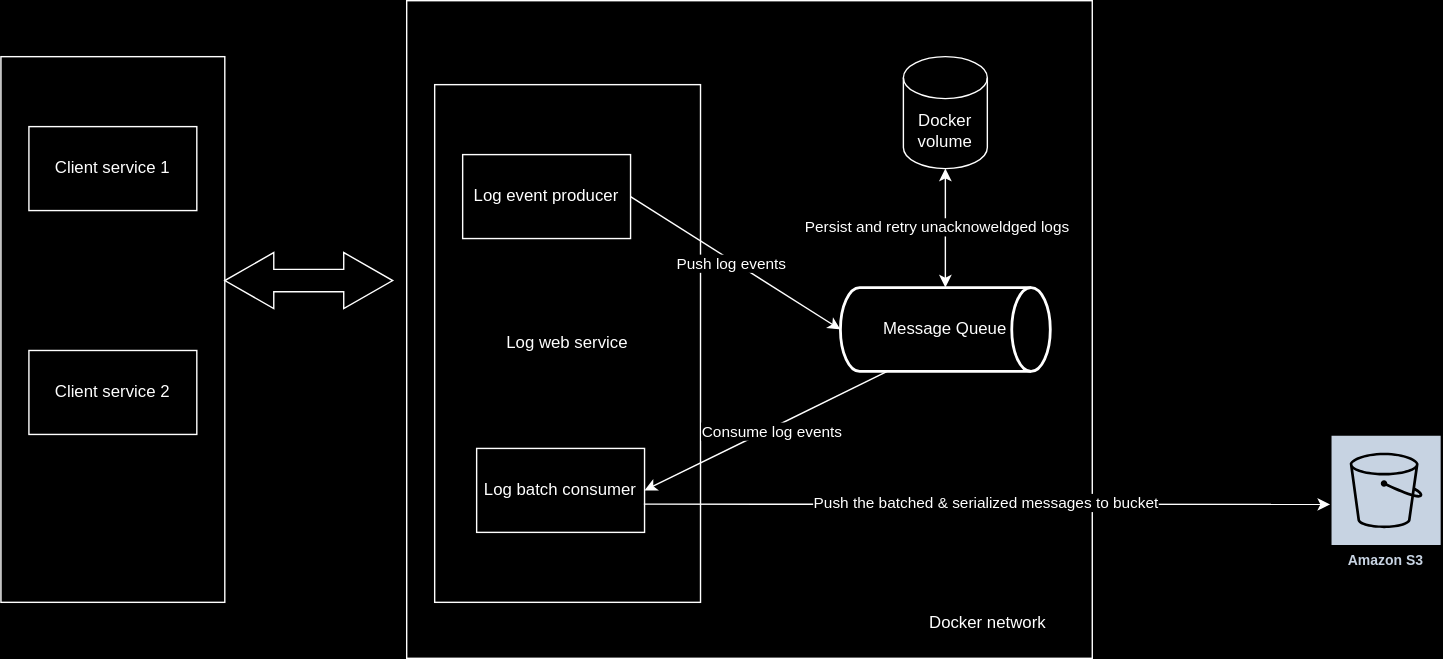
This is fable-logging.drawio.svg from 0xdeadhead/fable-logging-service, a draw.io export, as it was before one commit. Source tidied: cells renumbered, new cells last; positions are measured from the earlier drawing's top-left corner, leaving out a move shared by most shapes.
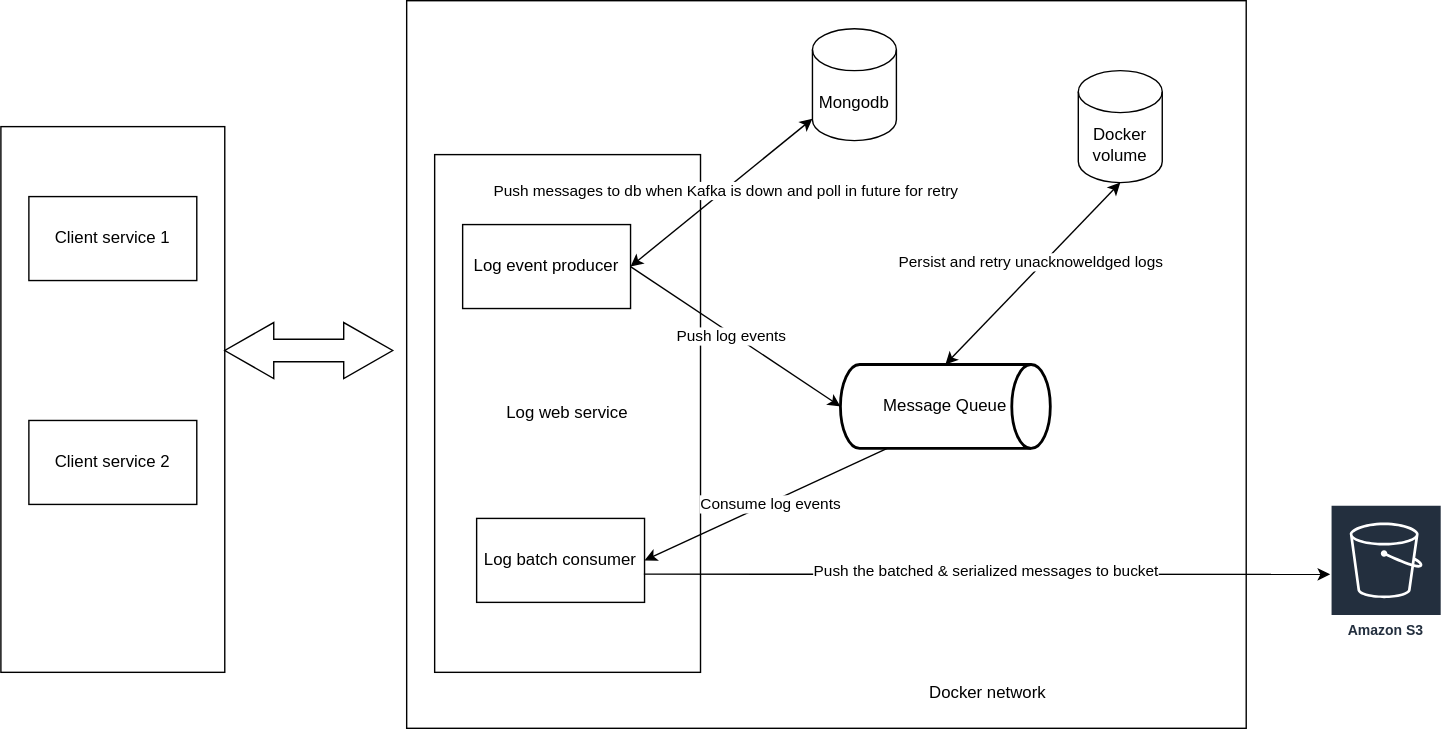
The same diagram one commit later.

Change to the diagram source:
```diff
@@ -6,7 +6,7 @@
       <mxGeometry y="40" width="160" height="390" as="geometry" />
     </mxCell>
     <mxCell id="3" value="&lt;blockquote style=&quot;margin: 0 0 0 40px; border: none; padding: 0px;&quot;&gt;&lt;div style=&quot;padding-bottom: 0px;&quot;&gt;&lt;br&gt;&lt;/div&gt;&lt;/blockquote&gt;" style="rounded=0;whiteSpace=wrap;html=1;align=center;verticalAlign=bottom;" parent="1" vertex="1">
-      <mxGeometry x="290" width="490" height="470" as="geometry" />
+      <mxGeometry x="290" y="-50" width="600" height="520" as="geometry" />
     </mxCell>
     <mxCell id="4" value="Log web service" style="rounded=0;whiteSpace=wrap;html=1;" parent="1" vertex="1">
       <mxGeometry x="310" y="60" width="190" height="370" as="geometry" />
@@ -18,7 +18,7 @@
       <mxGeometry x="340" y="320" width="120" height="60" as="geometry" />
     </mxCell>
     <mxCell id="7" value="Message Queue" style="strokeWidth=2;html=1;shape=mxgraph.flowchart.direct_data;whiteSpace=wrap;" parent="1" vertex="1">
-      <mxGeometry x="600" y="205" width="150" height="60" as="geometry" />
+      <mxGeometry x="600" y="210" width="150" height="60" as="geometry" />
     </mxCell>
     <mxCell id="8" style="endArrow=classic;html=1;rounded=0;exitX=1;exitY=0.5;exitDx=0;exitDy=0;entryX=0;entryY=0.5;entryDx=0;entryDy=0;entryPerimeter=0;" parent="1" edge="1" source="5" target="7">
       <mxGeometry relative="1" as="geometry" />
@@ -54,7 +54,7 @@
       <mxGeometry x="650" y="430" width="110" height="30" as="geometry" />
     </mxCell>
     <mxCell id="19" value="Docker volume" style="shape=cylinder3;whiteSpace=wrap;html=1;boundedLbl=1;backgroundOutline=1;size=15;" parent="1" vertex="1">
-      <mxGeometry x="645" y="40" width="60" height="80" as="geometry" />
+      <mxGeometry x="770" width="60" height="80" as="geometry" />
     </mxCell>
     <mxCell id="20" style="endArrow=classic;startArrow=classic;html=1;rounded=0;exitX=0.5;exitY=0;exitDx=0;exitDy=0;exitPerimeter=0;entryX=0.5;entryY=1;entryDx=0;entryDy=0;entryPerimeter=0;" parent="1" edge="1" source="7" target="19">
       <mxGeometry relative="1" as="geometry" />
@@ -62,5 +62,14 @@
     <mxCell id="21" value="Persist and retry unacknoweldged logs" style="edgeLabel;html=1;align=center;verticalAlign=middle;" parent="20" vertex="1">
       <mxGeometry x="0.05" y="7" relative="1" as="geometry" />
     </mxCell>
+    <mxCell id="22" value="Mongodb" style="shape=cylinder3;whiteSpace=wrap;html=1;boundedLbl=1;backgroundOutline=1;size=15;" parent="1" vertex="1">
+      <mxGeometry x="580" y="-30" width="60" height="80" as="geometry" />
+    </mxCell>
+    <mxCell id="23" style="endArrow=classic;startArrow=classic;html=1;rounded=0;exitX=1;exitY=0.5;exitDx=0;exitDy=0;" parent="1" edge="1" source="5" target="22">
+      <mxGeometry relative="1" as="geometry" />
+    </mxCell>
+    <mxCell id="24" value="Push messages to db when Kafka is down and poll in future for retry" style="edgeLabel;html=1;align=center;verticalAlign=middle;" parent="23" vertex="1">
+      <mxGeometry x="0.04" relative="1" as="geometry" />
+    </mxCell>
   </root>
 </mxGraphModel>
```
